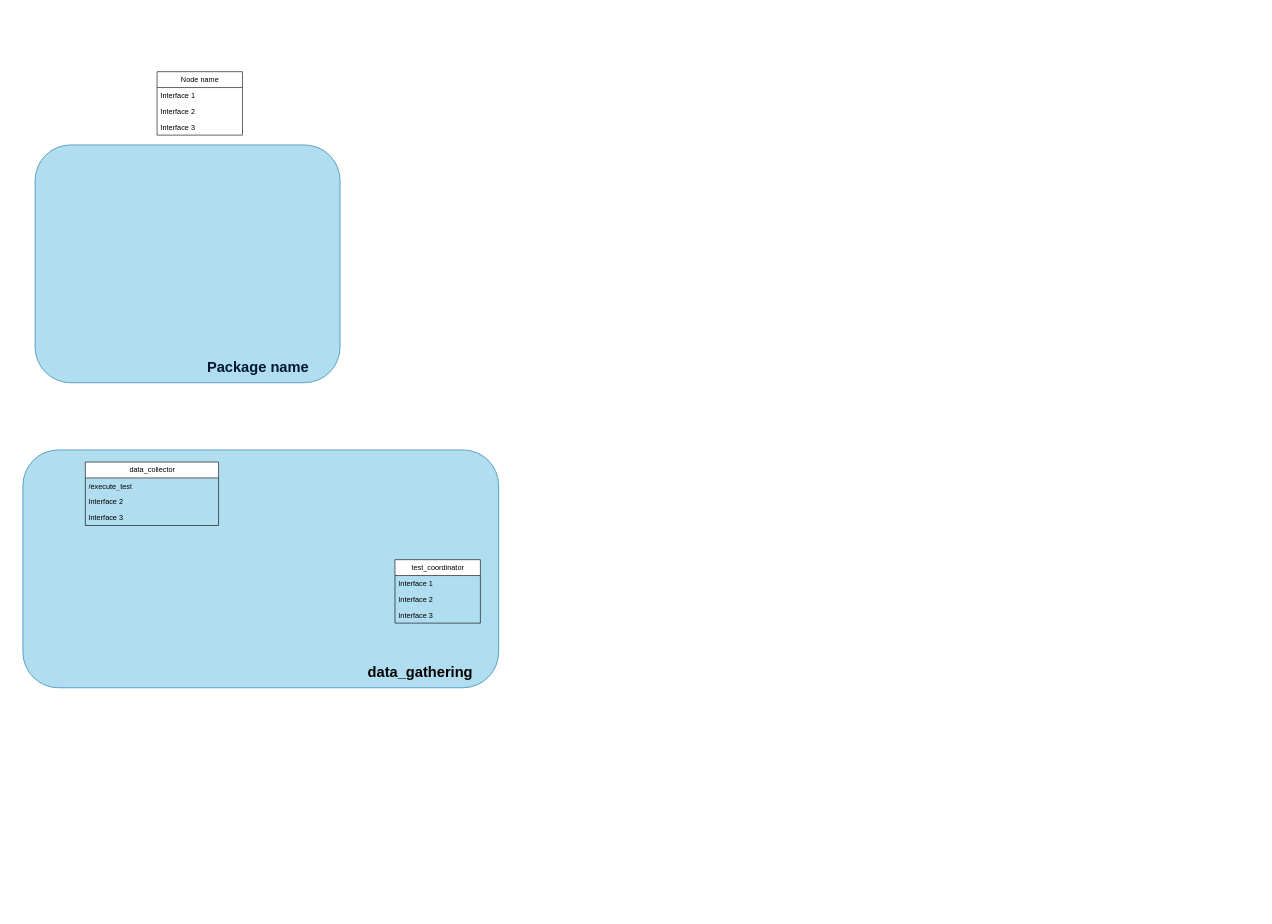
The draw.io diagram Untitled Diagram.drawio in Luka140/drawio_graphs, before the edit. Source tidied: cells renumbered, new cells numbered last; positions are measured from the earlier drawing's top-left corner, leaving out a move shared by most shapes. Both pictures are drawn from the tidied source at 61%, with x=0, y=0 at pixel (23, 71).
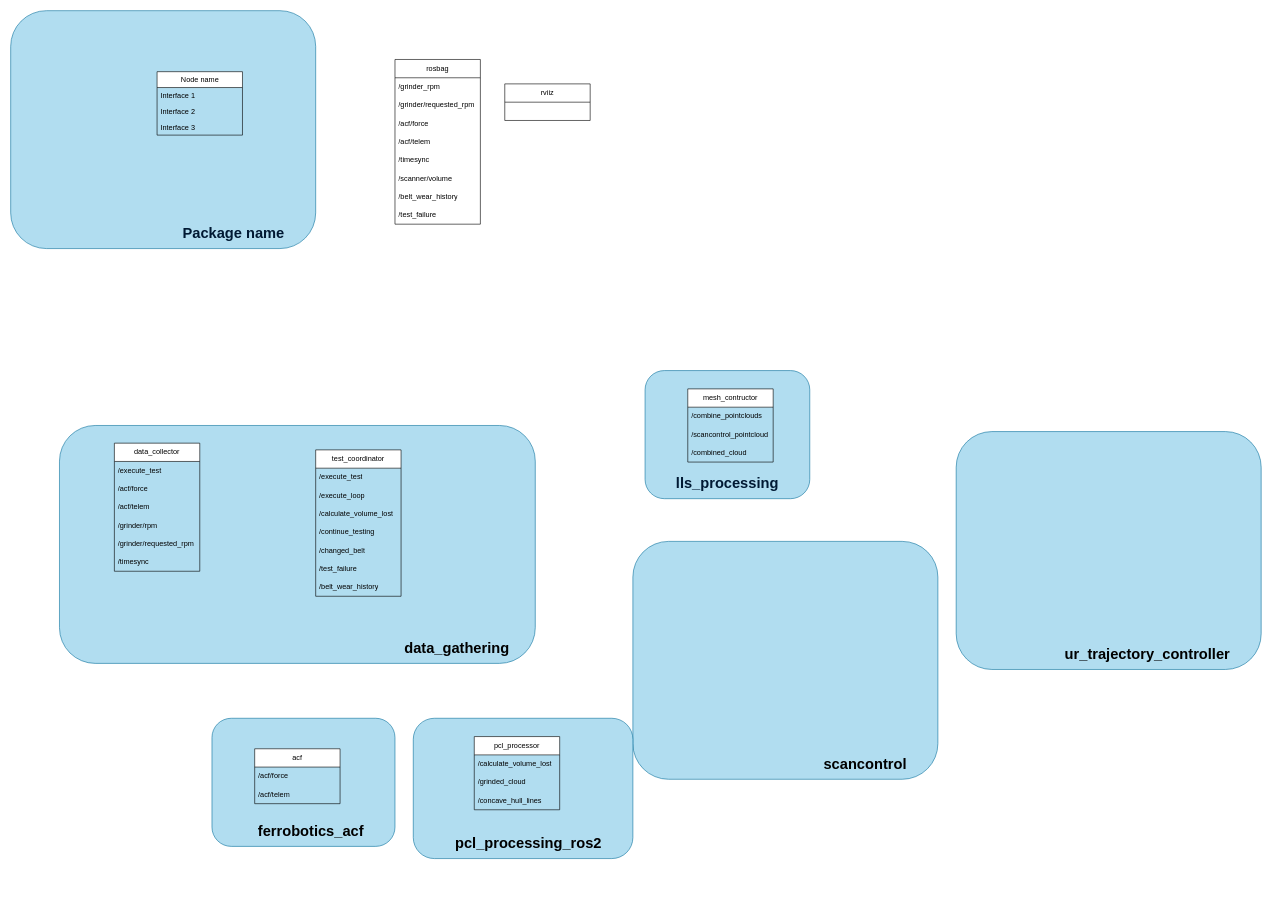
After the change.

What changed in the source:
```diff
@@
     <mxCell id="2" style="group;" parent="1" vertex="1">
-      <mxGeometry x="20" y="120" width="500" height="390" as="geometry" />
+      <mxGeometry x="-20" y="-100" width="500" height="390" as="geometry" />
     </mxCell>
@@
     <mxCell id="9" style="group;" parent="1" vertex="1">
-      <mxGeometry x="40" y="610" width="780" height="400" as="geometry" />
+      <mxGeometry x="100" y="570" width="780" height="410" as="geometry" />
     </mxCell>
@@
-    <mxCell id="12" value="data_collector" style="swimlane;fontStyle=0;horizontal=1;startSize=26;html=1;" parent="9" vertex="1">
-      <mxGeometry x="62.4" y="30" width="218.4" height="104" as="geometry" />
+    <mxCell id="12" value="data_collector" style="swimlane;fontStyle=0;horizontal=1;startSize=30;whiteSpace=wrap;html=1;" parent="9" vertex="1">
+      <mxGeometry x="50" y="39" width="140" height="210" as="geometry" />
     </mxCell>
-    <mxCell id="13" value="/execute_test" style="text;strokeColor=none;fillColor=none;align=left;verticalAlign=top;spacingLeft=4;spacingRight=4;overflow=hidden;whiteSpace=wrap;html=1;" parent="12" vertex="1">
-      <mxGeometry y="26" width="218.4" height="26" as="geometry" />
-    </mxCell>
-    <mxCell id="14" value="Interface 2" style="text;strokeColor=none;fillColor=none;align=left;verticalAlign=top;spacingLeft=4;spacingRight=4;overflow=hidden;whiteSpace=wrap;html=1;" parent="12" vertex="1">
-      <mxGeometry y="52" width="218.4" height="26" as="geometry" />
-    </mxCell>
-    <mxCell id="15" value="Interface 3" style="text;strokeColor=none;fillColor=none;align=left;verticalAlign=top;spacingLeft=4;spacingRight=4;overflow=hidden;whiteSpace=wrap;html=1;" parent="12" vertex="1">
-      <mxGeometry y="78" width="218.4" height="26" as="geometry" />
-    </mxCell>
+    <mxCell id="20" value="/execute_test&lt;span style=&quot;white-space: pre;&quot;&gt;&#9;&lt;/span&gt;" style="text;strokeColor=none;fillColor=none;align=left;verticalAlign=middle;spacingLeft=4;spacingRight=4;overflow=hidden;whiteSpace=wrap;html=1;" parent="12" vertex="1">
+      <mxGeometry y="30" width="140" height="30" as="geometry" />
+    </mxCell>
+    <mxCell id="21" value="/acf/force" style="text;strokeColor=none;fillColor=none;align=left;verticalAlign=middle;spacingLeft=4;spacingRight=4;overflow=hidden;whiteSpace=wrap;html=1;" parent="12" vertex="1">
+      <mxGeometry y="60" width="140" height="30" as="geometry" />
+    </mxCell>
+    <mxCell id="22" value="/acf/telem" style="text;strokeColor=none;fillColor=none;align=left;verticalAlign=middle;spacingLeft=4;spacingRight=4;overflow=hidden;whiteSpace=wrap;html=1;" parent="12" vertex="1">
+      <mxGeometry y="90" width="140" height="30" as="geometry" />
+    </mxCell>
+    <mxCell id="23" value="/grinder/rpm" style="text;strokeColor=none;fillColor=none;align=left;verticalAlign=middle;spacingLeft=4;spacingRight=4;overflow=hidden;whiteSpace=wrap;html=1;" parent="12" vertex="1">
+      <mxGeometry y="120" width="140" height="30" as="geometry" />
+    </mxCell>
+    <mxCell id="24" value="/grinder/requested_rpm" style="text;strokeColor=none;fillColor=none;align=left;verticalAlign=middle;spacingLeft=4;spacingRight=4;overflow=hidden;whiteSpace=wrap;html=1;" parent="12" vertex="1">
+      <mxGeometry y="150" width="140" height="30" as="geometry" />
+    </mxCell>
+    <mxCell id="25" value="/timesync" style="text;strokeColor=none;fillColor=none;align=left;verticalAlign=middle;spacingLeft=4;spacingRight=4;overflow=hidden;whiteSpace=wrap;html=1;" parent="12" vertex="1">
+      <mxGeometry y="180" width="140" height="30" as="geometry" />
+    </mxCell>
-    <mxCell id="16" value="test_coordinator" style="swimlane;fontStyle=0;horizontal=1;startSize=26;html=1;" parent="1" vertex="1">
-      <mxGeometry x="610" y="800" width="140" height="104" as="geometry" />
+    <mxCell id="16" value="test_coordinator" style="swimlane;fontStyle=0;horizontal=1;startSize=30;whiteSpace=wrap;html=1;" parent="9" vertex="1">
+      <mxGeometry x="380" y="50" width="140" height="240" as="geometry" />
     </mxCell>
-    <mxCell id="17" value="Interface 1" style="text;strokeColor=none;fillColor=none;align=left;verticalAlign=top;spacingLeft=4;spacingRight=4;overflow=hidden;whiteSpace=wrap;html=1;" parent="16" vertex="1">
-      <mxGeometry y="26" width="140" height="26" as="geometry" />
-    </mxCell>
-    <mxCell id="18" value="Interface 2" style="text;strokeColor=none;fillColor=none;align=left;verticalAlign=top;spacingLeft=4;spacingRight=4;overflow=hidden;whiteSpace=wrap;html=1;" parent="16" vertex="1">
-      <mxGeometry y="52" width="140" height="26" as="geometry" />
-    </mxCell>
-    <mxCell id="19" value="Interface 3" style="text;strokeColor=none;fillColor=none;align=left;verticalAlign=top;spacingLeft=4;spacingRight=4;overflow=hidden;whiteSpace=wrap;html=1;" parent="16" vertex="1">
-      <mxGeometry y="78" width="140" height="26" as="geometry" />
-    </mxCell>
+    <mxCell id="26" value="/execute_test" style="text;strokeColor=none;fillColor=none;align=left;verticalAlign=middle;spacingLeft=4;spacingRight=4;overflow=hidden;whiteSpace=wrap;html=1;" parent="16" vertex="1">
+      <mxGeometry y="30" width="140" height="30" as="geometry" />
+    </mxCell>
+    <mxCell id="27" value="/execute_loop" style="text;strokeColor=none;fillColor=none;align=left;verticalAlign=middle;spacingLeft=4;spacingRight=4;overflow=hidden;whiteSpace=wrap;html=1;" parent="16" vertex="1">
+      <mxGeometry y="60" width="140" height="30" as="geometry" />
+    </mxCell>
+    <mxCell id="28" value="/calculate_volume_lost" style="text;strokeColor=none;fillColor=none;align=left;verticalAlign=middle;spacingLeft=4;spacingRight=4;overflow=hidden;whiteSpace=wrap;html=1;" parent="16" vertex="1">
+      <mxGeometry y="90" width="140" height="30" as="geometry" />
+    </mxCell>
+    <mxCell id="29" value="/continue_testing" style="text;strokeColor=none;fillColor=none;align=left;verticalAlign=middle;spacingLeft=4;spacingRight=4;overflow=hidden;whiteSpace=wrap;html=1;" parent="16" vertex="1">
+      <mxGeometry y="120" width="140" height="30" as="geometry" />
+    </mxCell>
+    <mxCell id="30" value="/changed_belt" style="text;strokeColor=none;fillColor=none;align=left;verticalAlign=middle;spacingLeft=4;spacingRight=4;overflow=hidden;whiteSpace=wrap;html=1;" parent="16" vertex="1">
+      <mxGeometry y="150" width="140" height="30" as="geometry" />
+    </mxCell>
+    <mxCell id="31" value="/test_failure" style="text;strokeColor=none;fillColor=none;align=left;verticalAlign=middle;spacingLeft=4;spacingRight=4;overflow=hidden;whiteSpace=wrap;html=1;" parent="16" vertex="1">
+      <mxGeometry y="180" width="140" height="30" as="geometry" />
+    </mxCell>
+    <mxCell id="32" value="/belt_wear_history" style="text;strokeColor=none;fillColor=none;align=left;verticalAlign=middle;spacingLeft=4;spacingRight=4;overflow=hidden;whiteSpace=wrap;html=1;" parent="16" vertex="1">
+      <mxGeometry y="210" width="140" height="30" as="geometry" />
+    </mxCell>
+    <mxCell id="33" value="rosbag" style="swimlane;fontStyle=0;horizontal=1;startSize=30;whiteSpace=wrap;html=1;" parent="1" vertex="1">
+      <mxGeometry x="610" y="-20" width="140" height="270" as="geometry" />
+    </mxCell>
+    <mxCell id="34" value="/grinder_rpm&lt;span style=&quot;white-space: pre;&quot;&gt;&#9;&lt;/span&gt;" style="text;strokeColor=none;fillColor=none;align=left;verticalAlign=middle;spacingLeft=4;spacingRight=4;overflow=hidden;whiteSpace=wrap;html=1;" parent="33" vertex="1">
+      <mxGeometry y="30" width="140" height="30" as="geometry" />
+    </mxCell>
+    <mxCell id="35" value="/grinder/requested_rpm" style="text;strokeColor=none;fillColor=none;align=left;verticalAlign=middle;spacingLeft=4;spacingRight=4;overflow=hidden;whiteSpace=wrap;html=1;" parent="33" vertex="1">
+      <mxGeometry y="60" width="140" height="30" as="geometry" />
+    </mxCell>
+    <mxCell id="36" value="/acf/force" style="text;strokeColor=none;fillColor=none;align=left;verticalAlign=middle;spacingLeft=4;spacingRight=4;overflow=hidden;whiteSpace=wrap;html=1;" parent="33" vertex="1">
+      <mxGeometry y="90" width="140" height="30" as="geometry" />
+    </mxCell>
+    <mxCell id="37" value="/acf/telem" style="text;strokeColor=none;fillColor=none;align=left;verticalAlign=middle;spacingLeft=4;spacingRight=4;overflow=hidden;whiteSpace=wrap;html=1;" parent="33" vertex="1">
+      <mxGeometry y="120" width="140" height="30" as="geometry" />
+    </mxCell>
+    <mxCell id="38" value="/timesync" style="text;strokeColor=none;fillColor=none;align=left;verticalAlign=middle;spacingLeft=4;spacingRight=4;overflow=hidden;whiteSpace=wrap;html=1;" parent="33" vertex="1">
+      <mxGeometry y="150" width="140" height="30" as="geometry" />
+    </mxCell>
+    <mxCell id="39" value="/scanner/volume" style="text;strokeColor=none;fillColor=none;align=left;verticalAlign=middle;spacingLeft=4;spacingRight=4;overflow=hidden;whiteSpace=wrap;html=1;" parent="33" vertex="1">
+      <mxGeometry y="180" width="140" height="30" as="geometry" />
+    </mxCell>
+    <mxCell id="40" value="/belt_wear_history" style="text;strokeColor=none;fillColor=none;align=left;verticalAlign=middle;spacingLeft=4;spacingRight=4;overflow=hidden;whiteSpace=wrap;html=1;" parent="33" vertex="1">
+      <mxGeometry y="210" width="140" height="30" as="geometry" />
+    </mxCell>
+    <mxCell id="41" value="/test_failure" style="text;strokeColor=none;fillColor=none;align=left;verticalAlign=middle;spacingLeft=4;spacingRight=4;overflow=hidden;whiteSpace=wrap;html=1;" parent="33" vertex="1">
+      <mxGeometry y="240" width="140" height="30" as="geometry" />
+    </mxCell>
+    <mxCell id="42" style="group;" parent="1" vertex="1">
+      <mxGeometry x="340" y="990" width="500" height="390" as="geometry" />
+    </mxCell>
+    <mxCell id="43" style="group;" parent="42" vertex="1">
+      <mxGeometry x="-190" y="70" width="460" height="210" as="geometry" />
+    </mxCell>
+    <mxCell id="44" style="rounded=1;whiteSpace=wrap;html=1;fillColor=#b1ddf0;strokeColor=#10739e;" parent="43" vertex="1">
+      <mxGeometry x="160" width="300" height="210" as="geometry" />
+    </mxCell>
+    <mxCell id="45" value="ferrobotics_acf" style="text;strokeColor=none;fillColor=none;html=1;fontSize=24;fontStyle=1;verticalAlign=middle;align=right;" parent="43" vertex="1">
+      <mxGeometry y="160" width="410" height="50" as="geometry" />
+    </mxCell>
+    <mxCell id="46" value="acf" style="swimlane;fontStyle=0;horizontal=1;startSize=30;whiteSpace=wrap;html=1;" parent="43" vertex="1">
+      <mxGeometry x="230" y="50" width="140" height="90" as="geometry" />
+    </mxCell>
+    <mxCell id="47" value="/acf/force" style="text;strokeColor=none;fillColor=none;align=left;verticalAlign=middle;spacingLeft=4;spacingRight=4;overflow=hidden;whiteSpace=wrap;html=1;" parent="46" vertex="1">
+      <mxGeometry y="30" width="140" height="30" as="geometry" />
+    </mxCell>
+    <mxCell id="48" value="/acf/telem" style="text;strokeColor=none;fillColor=none;align=left;verticalAlign=middle;spacingLeft=4;spacingRight=4;overflow=hidden;whiteSpace=wrap;html=1;" parent="46" vertex="1">
+      <mxGeometry y="60" width="140" height="30" as="geometry" />
+    </mxCell>
+    <mxCell id="49" style="group;" parent="1" vertex="1">
+      <mxGeometry x="790" y="310" width="500" height="390" as="geometry" />
+    </mxCell>
+    <mxCell id="50" style="group;" parent="49" vertex="1">
+      <mxGeometry x="40" y="180" width="460" height="210" as="geometry" />
+    </mxCell>
+    <mxCell id="51" style="rounded=1;whiteSpace=wrap;html=1;fillColor=#b1ddf0;strokeColor=#10739e;" parent="50" vertex="1">
+      <mxGeometry x="190" width="270" height="210" as="geometry" />
+    </mxCell>
+    <mxCell id="52" value="&lt;div align=&quot;right&quot;&gt;&lt;font color=&quot;#001933&quot;&gt;lls_processing&lt;br&gt;&lt;/font&gt;&lt;/div&gt;" style="text;strokeColor=none;fillColor=none;html=1;fontSize=24;fontStyle=1;verticalAlign=middle;align=right;" parent="50" vertex="1">
+      <mxGeometry y="160" width="410" height="50" as="geometry" />
+    </mxCell>
+    <mxCell id="53" value="mesh_contructor" style="swimlane;fontStyle=0;horizontal=1;startSize=30;whiteSpace=wrap;html=1;" parent="50" vertex="1">
+      <mxGeometry x="260" y="30" width="140" height="120" as="geometry" />
+    </mxCell>
+    <mxCell id="54" value="/combine_pointclouds" style="text;strokeColor=none;fillColor=none;align=left;verticalAlign=middle;spacingLeft=4;spacingRight=4;overflow=hidden;whiteSpace=wrap;html=1;" parent="53" vertex="1">
+      <mxGeometry y="30" width="140" height="30" as="geometry" />
+    </mxCell>
+    <mxCell id="55" value="/scancontrol_pointcloud" style="text;strokeColor=none;fillColor=none;align=left;verticalAlign=middle;spacingLeft=4;spacingRight=4;overflow=hidden;whiteSpace=wrap;html=1;" parent="53" vertex="1">
+      <mxGeometry y="60" width="140" height="30" as="geometry" />
+    </mxCell>
+    <mxCell id="56" value="/combined_cloud" style="text;strokeColor=none;fillColor=none;align=left;verticalAlign=middle;spacingLeft=4;spacingRight=4;overflow=hidden;whiteSpace=wrap;html=1;" parent="53" vertex="1">
+      <mxGeometry y="90" width="140" height="30" as="geometry" />
+    </mxCell>
+    <mxCell id="57" style="group;" parent="1" vertex="1">
+      <mxGeometry x="1000" y="770" width="500" height="390" as="geometry" />
+    </mxCell>
+    <mxCell id="58" style="rounded=1;whiteSpace=wrap;html=1;fillColor=#b1ddf0;strokeColor=#10739e;" parent="57" vertex="1">
+      <mxGeometry width="500" height="390" as="geometry" />
+    </mxCell>
+    <mxCell id="59" value="scancontrol" style="text;strokeColor=none;fillColor=none;html=1;fontSize=24;fontStyle=1;verticalAlign=middle;align=right;" parent="57" vertex="1">
+      <mxGeometry x="40" y="340" width="410" height="50" as="geometry" />
+    </mxCell>
+    <mxCell id="60" style="group;" parent="1" vertex="1">
+      <mxGeometry x="1530" y="590" width="500" height="390" as="geometry" />
+    </mxCell>
+    <mxCell id="61" style="rounded=1;whiteSpace=wrap;html=1;fillColor=#b1ddf0;strokeColor=#10739e;" parent="60" vertex="1">
+      <mxGeometry width="500" height="390" as="geometry" />
+    </mxCell>
+    <mxCell id="62" value="ur_trajectory_controller" style="text;strokeColor=none;fillColor=none;html=1;fontSize=24;fontStyle=1;verticalAlign=middle;align=right;" parent="60" vertex="1">
+      <mxGeometry x="40" y="340" width="410" height="50" as="geometry" />
+    </mxCell>
+    <mxCell id="63" value="rviiz" style="swimlane;fontStyle=0;horizontal=1;startSize=30;whiteSpace=wrap;html=1;" parent="1" vertex="1">
+      <mxGeometry x="790" y="20" width="140" height="60" as="geometry" />
+    </mxCell>
+    <mxCell id="64" value="&lt;div&gt;&lt;br&gt;&lt;/div&gt;&lt;div&gt;&lt;br&gt;&lt;/div&gt;" style="text;strokeColor=none;fillColor=none;align=left;verticalAlign=middle;spacingLeft=4;spacingRight=4;overflow=hidden;whiteSpace=wrap;html=1;" parent="63" vertex="1">
+      <mxGeometry y="30" width="140" height="30" as="geometry" />
+    </mxCell>
+    <mxCell id="65" style="group;" parent="1" vertex="1">
+      <mxGeometry x="540" y="1060" width="460" height="230" as="geometry" />
+    </mxCell>
+    <mxCell id="66" style="rounded=1;whiteSpace=wrap;html=1;fillColor=#b1ddf0;strokeColor=#10739e;" parent="65" vertex="1">
+      <mxGeometry x="100" width="360" height="230" as="geometry" />
+    </mxCell>
+    <mxCell id="67" value="pcl_processing_ros2" style="text;strokeColor=none;fillColor=none;html=1;fontSize=24;fontStyle=1;verticalAlign=middle;align=right;" parent="65" vertex="1">
+      <mxGeometry y="180" width="410" height="50" as="geometry" />
+    </mxCell>
+    <mxCell id="68" value="pcl_processor" style="swimlane;fontStyle=0;horizontal=1;startSize=30;whiteSpace=wrap;html=1;" parent="65" vertex="1">
+      <mxGeometry x="200" y="30" width="140" height="120" as="geometry" />
+    </mxCell>
+    <mxCell id="69" value="/calculate_volume_lost" style="text;strokeColor=none;fillColor=none;align=left;verticalAlign=middle;spacingLeft=4;spacingRight=4;overflow=hidden;whiteSpace=wrap;html=1;" parent="68" vertex="1">
+      <mxGeometry y="30" width="140" height="30" as="geometry" />
+    </mxCell>
+    <mxCell id="70" value="/grinded_cloud" style="text;strokeColor=none;fillColor=none;align=left;verticalAlign=middle;spacingLeft=4;spacingRight=4;overflow=hidden;whiteSpace=wrap;html=1;" parent="68" vertex="1">
+      <mxGeometry y="60" width="140" height="30" as="geometry" />
+    </mxCell>
+    <mxCell id="71" value="/concave_hull_lines" style="text;strokeColor=none;fillColor=none;align=left;verticalAlign=middle;spacingLeft=4;spacingRight=4;overflow=hidden;whiteSpace=wrap;html=1;" parent="68" vertex="1">
+      <mxGeometry y="90" width="140" height="30" as="geometry" />
+    </mxCell>
```
